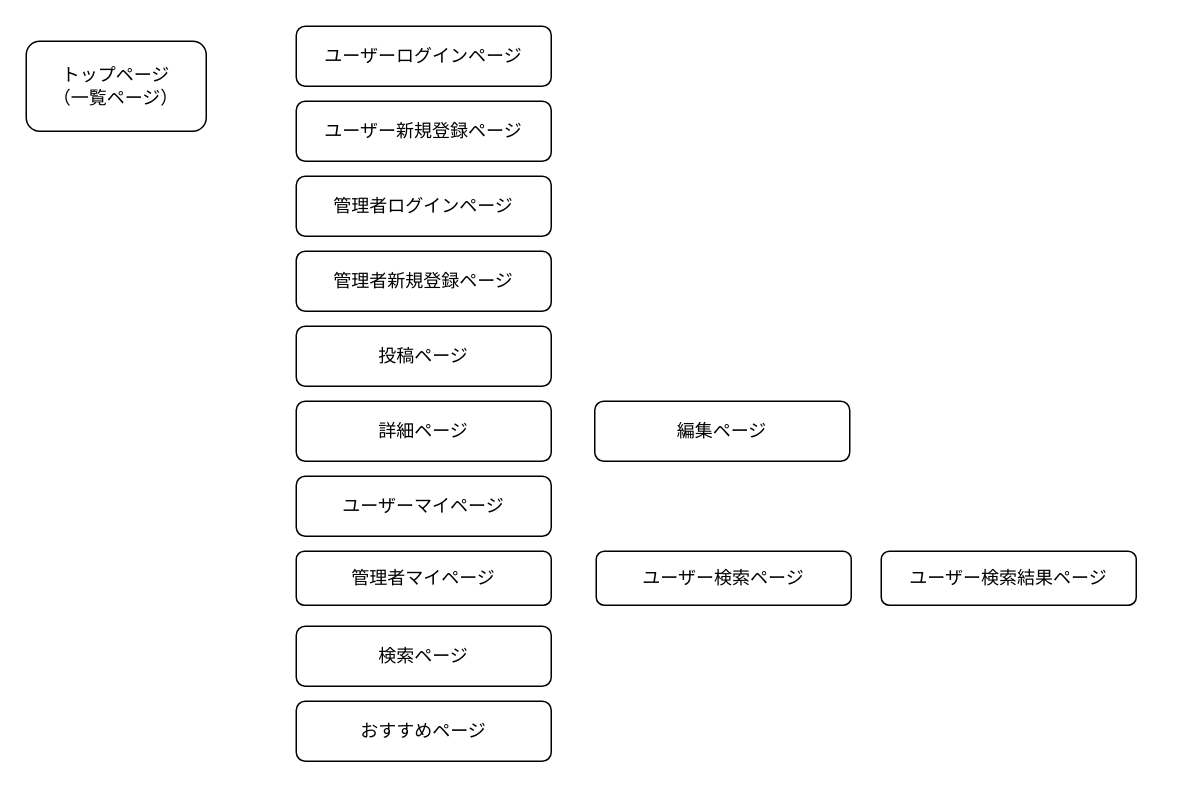
This is transition.dio from kyamax/library_go, a draw.io file, before an edit. Source tidied: cells renumbered, new cells numbered last; positions are measured from the earlier drawing's top-left corner, leaving out a move shared by most shapes. Both pictures are drawn from the tidied source at 150%, with x=0, y=0 at pixel (26, 26).
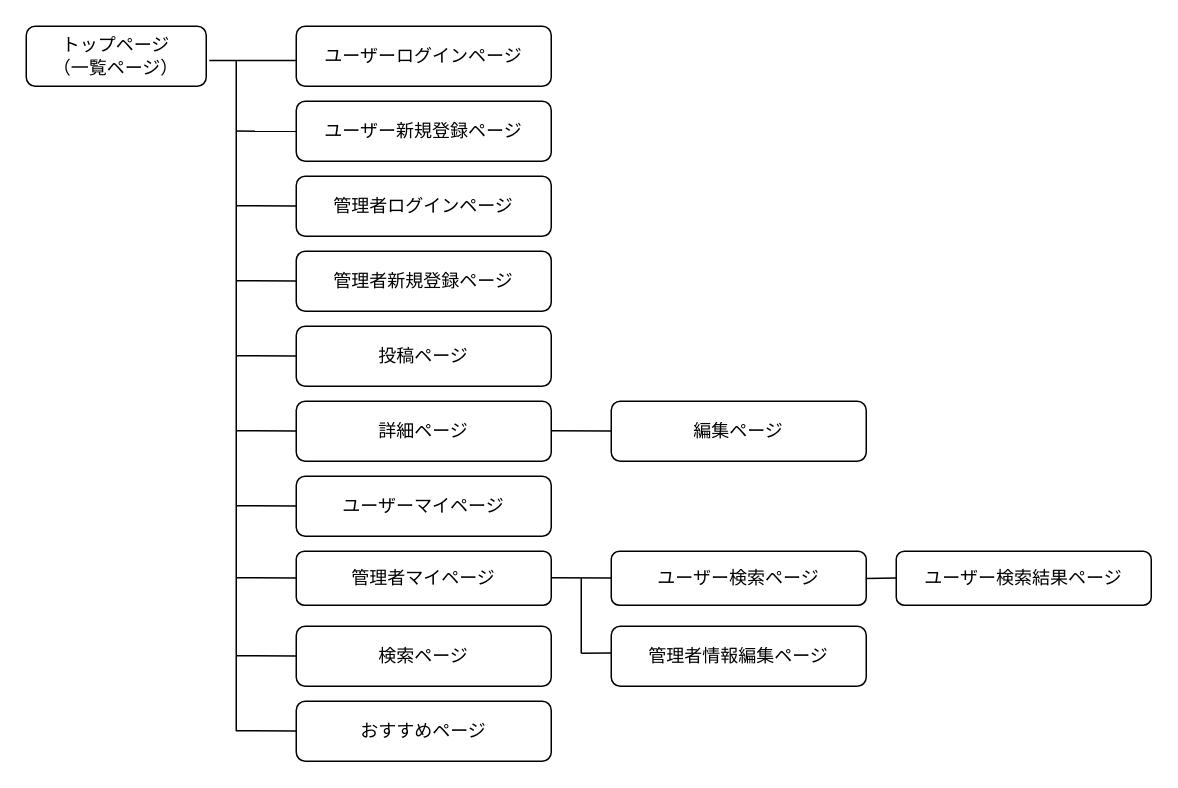
The same diagram, later.

Commit message (it also covers changes not shown here):
ER図、画面遷移図

The change refers to these unchanged cells:
```xml
<mxCell id="3" value="ユーザーログインページ" style="rounded=1;whiteSpace=wrap;html=1;" parent="1" vertex="1">
  <mxGeometry x="180" width="170" height="40" as="geometry" />
</mxCell>
```

Change to the diagram source:
```diff
@@
     <mxCell id="2" value="トップページ&lt;br&gt;（一覧ページ）" style="rounded=1;whiteSpace=wrap;html=1;" parent="1" vertex="1">
-      <mxGeometry y="10" width="120" height="60" as="geometry" />
+      <mxGeometry width="120" height="40" as="geometry" />
     </mxCell>
@@
     <mxCell id="13" value="ユーザー検索ページ" style="rounded=1;whiteSpace=wrap;html=1;" parent="1" vertex="1">
-      <mxGeometry x="380" y="350" width="170" height="36" as="geometry" />
+      <mxGeometry x="390" y="350" width="170" height="36" as="geometry" />
     </mxCell>
     <mxCell id="14" value="編集ページ" style="rounded=1;whiteSpace=wrap;html=1;" parent="1" vertex="1">
-      <mxGeometry x="379" y="250" width="170" height="40" as="geometry" />
+      <mxGeometry x="390" y="250" width="170" height="40" as="geometry" />
     </mxCell>
     <mxCell id="15" value="ユーザー検索結果ページ" style="rounded=1;whiteSpace=wrap;html=1;" parent="1" vertex="1">
-      <mxGeometry x="570" y="350" width="170" height="36" as="geometry" />
+      <mxGeometry x="580" y="350" width="170" height="36" as="geometry" />
     </mxCell>
+    <mxCell id="16" value="管理者情報編集ページ" style="rounded=1;whiteSpace=wrap;html=1;" parent="1" vertex="1">
+      <mxGeometry x="390" y="400" width="170" height="40" as="geometry" />
+    </mxCell>
+    <mxCell id="17" style="endArrow=none;html=1;exitX=1.017;exitY=0.572;exitDx=0;exitDy=0;exitPerimeter=0;entryX=0;entryY=0.572;entryDx=0;entryDy=0;entryPerimeter=0;" parent="1" edge="1" source="2" target="3">
+      <mxGeometry relative="1" as="geometry" />
+    </mxCell>
+    <mxCell id="18" style="endArrow=none;html=1;" parent="1" edge="1">
+      <mxGeometry relative="1" as="geometry">
+        <mxPoint x="140" y="23" as="sourcePoint" />
+        <mxPoint x="140" y="470" as="targetPoint" />
+      </mxGeometry>
+    </mxCell>
+    <mxCell id="19" style="endArrow=none;html=1;exitX=1.017;exitY=0.572;exitDx=0;exitDy=0;exitPerimeter=0;" parent="1" edge="1">
+      <mxGeometry relative="1" as="geometry">
+        <mxPoint x="140" y="69.9" as="sourcePoint" />
+        <mxPoint x="180" y="70" as="targetPoint" />
+      </mxGeometry>
+    </mxCell>
+    <mxCell id="20" style="endArrow=none;html=1;exitX=1.017;exitY=0.572;exitDx=0;exitDy=0;exitPerimeter=0;" parent="1" edge="1">
+      <mxGeometry relative="1" as="geometry">
+        <mxPoint x="140" y="119.7" as="sourcePoint" />
+        <mxPoint x="180" y="119.8" as="targetPoint" />
+      </mxGeometry>
+    </mxCell>
+    <mxCell id="21" style="endArrow=none;html=1;exitX=1.017;exitY=0.572;exitDx=0;exitDy=0;exitPerimeter=0;" parent="1" edge="1">
+      <mxGeometry relative="1" as="geometry">
+        <mxPoint x="140" y="169.7" as="sourcePoint" />
+        <mxPoint x="180" y="169.8" as="targetPoint" />
+      </mxGeometry>
+    </mxCell>
+    <mxCell id="22" style="endArrow=none;html=1;exitX=1.017;exitY=0.572;exitDx=0;exitDy=0;exitPerimeter=0;" parent="1" edge="1">
+      <mxGeometry relative="1" as="geometry">
+        <mxPoint x="140" y="219.7" as="sourcePoint" />
+        <mxPoint x="180" y="219.8" as="targetPoint" />
+      </mxGeometry>
+    </mxCell>
+    <mxCell id="23" style="endArrow=none;html=1;exitX=1.017;exitY=0.572;exitDx=0;exitDy=0;exitPerimeter=0;" parent="1" edge="1">
+      <mxGeometry relative="1" as="geometry">
+        <mxPoint x="140" y="269.7" as="sourcePoint" />
+        <mxPoint x="180" y="269.8" as="targetPoint" />
+      </mxGeometry>
+    </mxCell>
+    <mxCell id="24" style="endArrow=none;html=1;exitX=1.017;exitY=0.572;exitDx=0;exitDy=0;exitPerimeter=0;" parent="1" edge="1">
+      <mxGeometry relative="1" as="geometry">
+        <mxPoint x="140" y="319.7" as="sourcePoint" />
+        <mxPoint x="180" y="319.8" as="targetPoint" />
+      </mxGeometry>
+    </mxCell>
+    <mxCell id="25" style="endArrow=none;html=1;exitX=1.017;exitY=0.572;exitDx=0;exitDy=0;exitPerimeter=0;" parent="1" edge="1">
+      <mxGeometry relative="1" as="geometry">
+        <mxPoint x="140" y="367.7" as="sourcePoint" />
+        <mxPoint x="180" y="367.8" as="targetPoint" />
+      </mxGeometry>
+    </mxCell>
+    <mxCell id="26" style="endArrow=none;html=1;exitX=1.017;exitY=0.572;exitDx=0;exitDy=0;exitPerimeter=0;" parent="1" edge="1">
+      <mxGeometry relative="1" as="geometry">
+        <mxPoint x="140" y="419.7" as="sourcePoint" />
+        <mxPoint x="180" y="419.8" as="targetPoint" />
+      </mxGeometry>
+    </mxCell>
+    <mxCell id="27" style="endArrow=none;html=1;exitX=1.017;exitY=0.572;exitDx=0;exitDy=0;exitPerimeter=0;" parent="1" edge="1">
+      <mxGeometry relative="1" as="geometry">
+        <mxPoint x="140" y="469.7" as="sourcePoint" />
+        <mxPoint x="180" y="469.8" as="targetPoint" />
+      </mxGeometry>
+    </mxCell>
+    <mxCell id="28" style="endArrow=none;html=1;exitX=1.017;exitY=0.572;exitDx=0;exitDy=0;exitPerimeter=0;" parent="1" edge="1">
+      <mxGeometry relative="1" as="geometry">
+        <mxPoint x="350" y="269.7" as="sourcePoint" />
+        <mxPoint x="390" y="269.8" as="targetPoint" />
+      </mxGeometry>
+    </mxCell>
+    <mxCell id="29" style="endArrow=none;html=1;exitX=1.017;exitY=0.572;exitDx=0;exitDy=0;exitPerimeter=0;" parent="1" edge="1">
+      <mxGeometry relative="1" as="geometry">
+        <mxPoint x="350" y="367.7" as="sourcePoint" />
+        <mxPoint x="390" y="367.8" as="targetPoint" />
+      </mxGeometry>
+    </mxCell>
+    <mxCell id="30" style="endArrow=none;html=1;" parent="1" edge="1">
+      <mxGeometry relative="1" as="geometry">
+        <mxPoint x="370" y="418" as="sourcePoint" />
+        <mxPoint x="390" y="417.8" as="targetPoint" />
+      </mxGeometry>
+    </mxCell>
+    <mxCell id="31" style="endArrow=none;html=1;" parent="1" edge="1">
+      <mxGeometry relative="1" as="geometry">
+        <mxPoint x="370" y="368" as="sourcePoint" />
+        <mxPoint x="370" y="418" as="targetPoint" />
+      </mxGeometry>
+    </mxCell>
+    <mxCell id="32" style="endArrow=none;html=1;" parent="1" edge="1">
+      <mxGeometry relative="1" as="geometry">
+        <mxPoint x="560" y="368.1" as="sourcePoint" />
+        <mxPoint x="580" y="367.9" as="targetPoint" />
+      </mxGeometry>
+    </mxCell>
```
